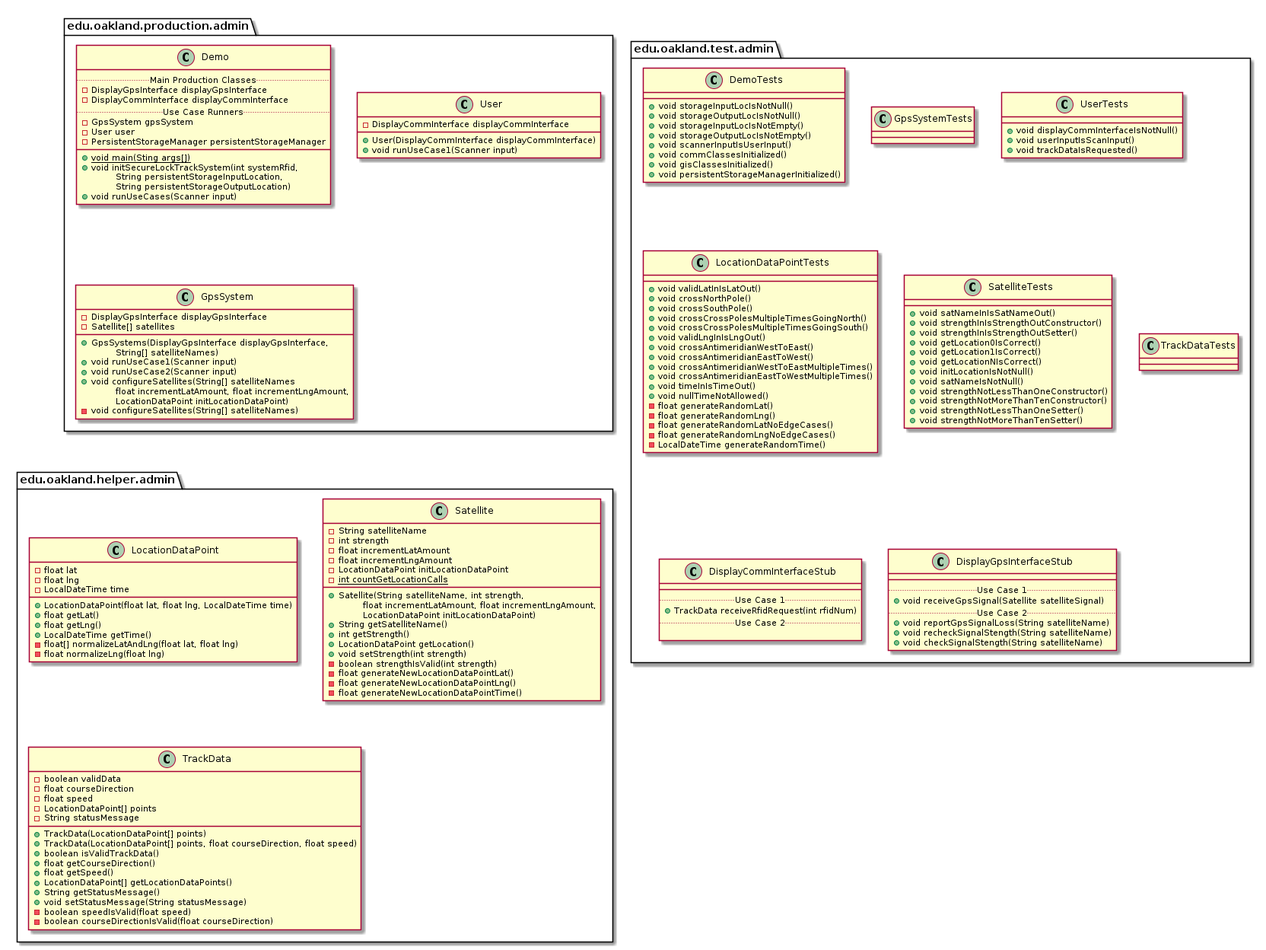
This is docs/uml-class-diagrams/admin/AdminPackages.png from elilley15/csi-3370-software-project, a PlantUML export, as it was before one commit.
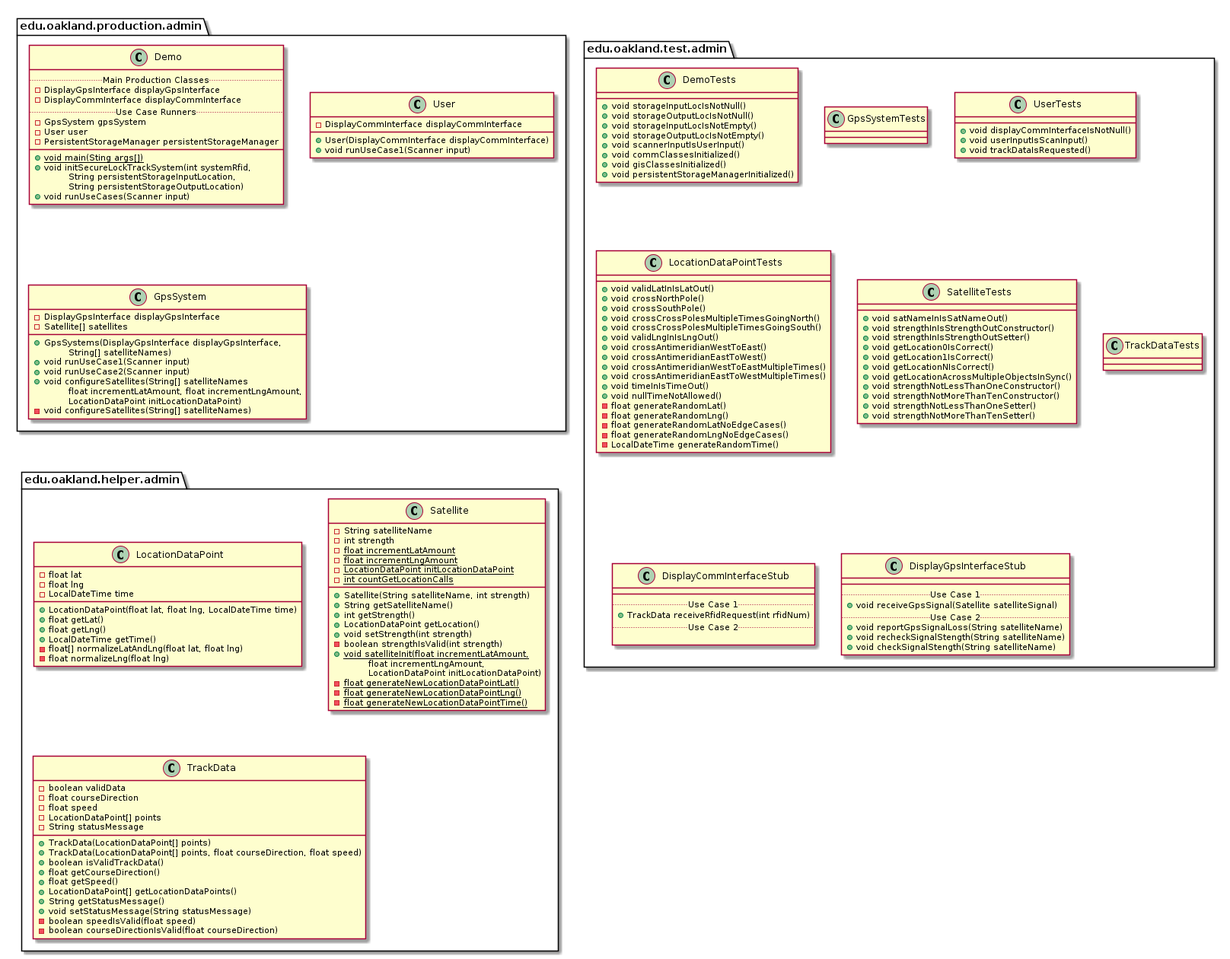
Later version of the same file.

Change to the diagram source:
```diff
@@ -118,8 +118,7 @@
        + void getLocation0IsCorrect()
        + void getLocation1IsCorrect()
        + void getLocationNIsCorrect()
-       + void initLocationIsNotNull()
-       + void satNameIsNotNull()
+       + void getLocationAcrossMultipleObjectsInSync()
        + void strengthNotLessThanOneConstructor()
        + void strengthNotMoreThanTenConstructor()
        + void strengthNotLessThanOneSetter()
@@ -184,22 +183,23 @@
     class Satellite {
         - String satelliteName
         - int strength
-        - float incrementLatAmount
-        - float incrementLngAmount
-        - LocationDataPoint initLocationDataPoint
+        {static} - float incrementLatAmount
+        {static} - float incrementLngAmount
+        {static} - LocationDataPoint initLocationDataPoint
         {static} - int countGetLocationCalls
         __
-        + Satellite(String satelliteName, int strength,
-        \tfloat incrementLatAmount, float incrementLngAmount,
-        \tLocationDataPoint initLocationDataPoint)
+        + Satellite(String satelliteName, int strength)
         + String getSatelliteName()
         + int getStrength()
         + LocationDataPoint getLocation()
         + void setStrength(int strength)
         - boolean strengthIsValid(int strength)
-        - float generateNewLocationDataPointLat()
-        - float generateNewLocationDataPointLng()
-        - float generateNewLocationDataPointTime()
+        {static} + void satelliteInit(float incrementLatAmount,
+        \tfloat incrementLngAmount,
+        \tLocationDataPoint initLocationDataPoint)
+        {static} - float generateNewLocationDataPointLat()
+        {static} - float generateNewLocationDataPointLng()
+        {static} - float generateNewLocationDataPointTime()
     }
 }
 
```
